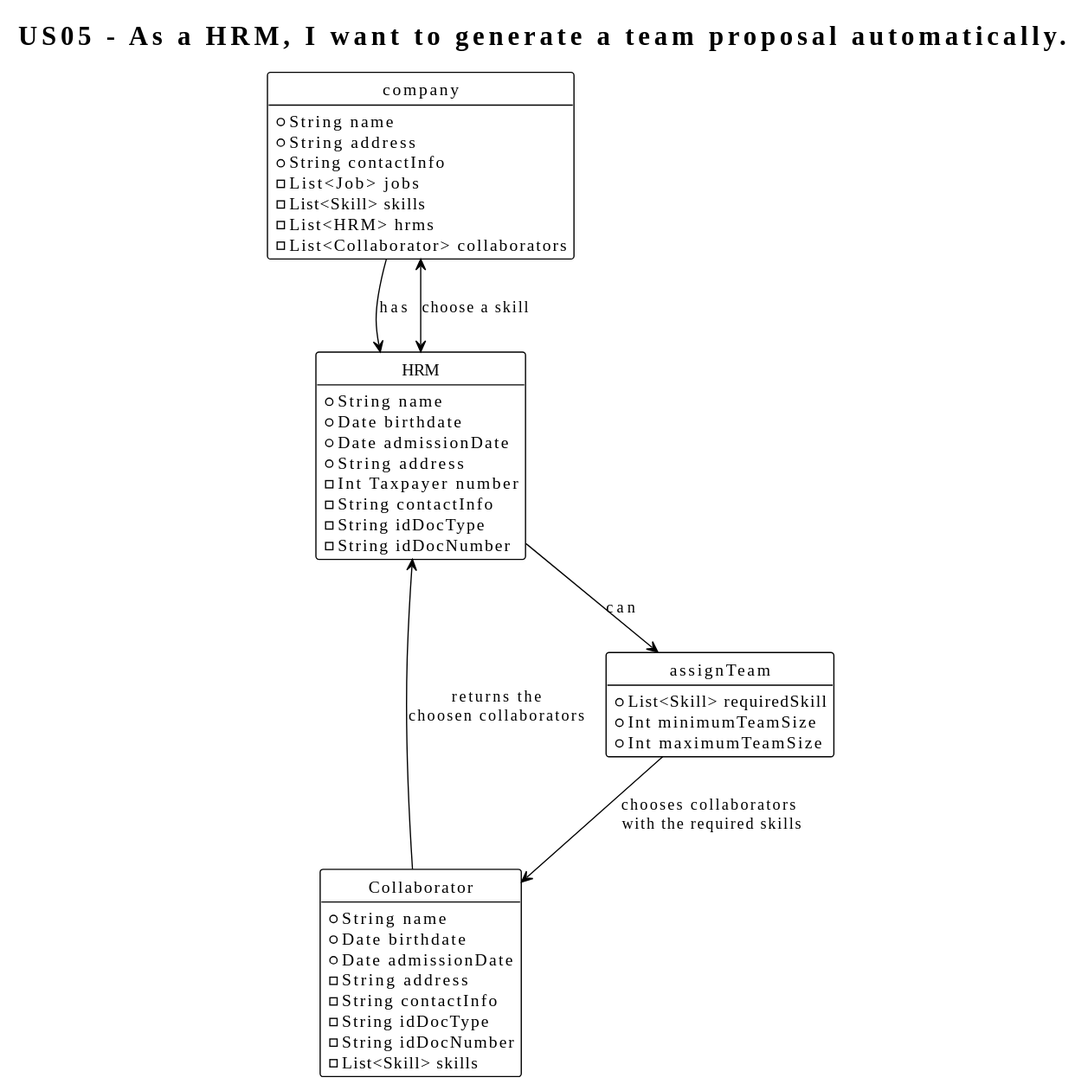
Earlier version of the PlantUML export docs/sprintA/us005/02.analysis/svg/005-domain-model.svg (RicardoMorim/lapr2-ISEP-Project). Its diagram source:
```plantuml
@startuml
!theme plain
title US05 -  As a HRM, I want to generate a team proposal automatically.


hide methods
hide circle

class company{
    +String name
    +String address
    +String contactInfo
    -List<Job> jobs
    -List<Skill> skills
    -List<HRM> hrms
    -List<Collaborator> collaborators
}

class Collaborator {
    +String name
    +Date birthdate
    +Date admissionDate
    -String address
    -String contactInfo
    -String idDocType
    -String idDocNumber
    -List<Skill> skills
}



class HRM {
    +String name
    +Date birthdate
    +Date admissionDate
    +String address
    -Int Taxpayer number
    -String contactInfo
    -String idDocType
    -String idDocNumber
}

class assignTeam{
    +List<Skill> requiredSkill
    +Int minimumTeamSize
    +Int maximumTeamSize
}


company --> HRM : has


HRM --> assignTeam : can


HRM <--> company : choose a skill


assignTeam --> Collaborator : chooses collaborators\n with the required skills

Collaborator --> HRM : returns the\nchoosen collaborators
@enduml
```
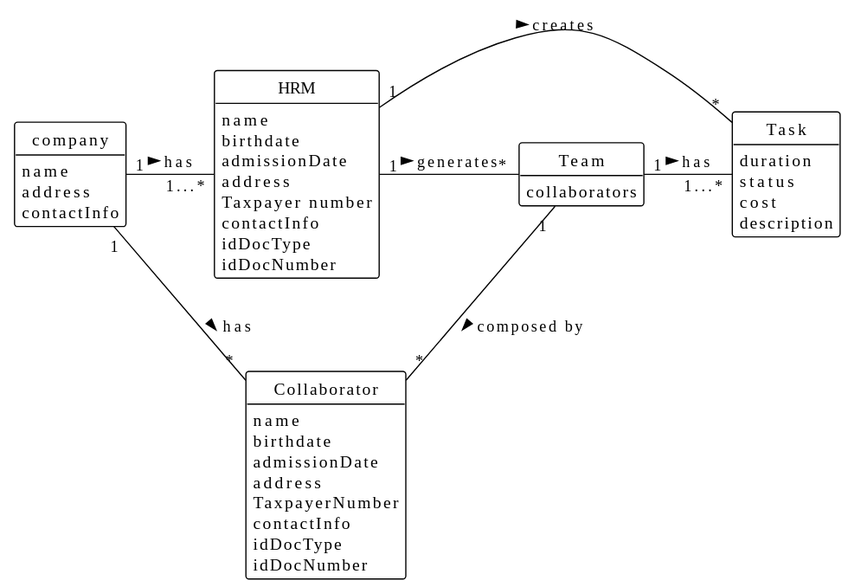
Later version of the same file.

Change to the diagram source:
```diff
@@ -1,62 +1,54 @@
 @startuml
 !theme plain
-title US05 -  As a HRM, I want to generate a team proposal automatically.
 
 
 hide methods
 hide circle
 
 class company{
-    +String name
-    +String address
-    +String contactInfo
-    -List<Job> jobs
-    -List<Skill> skills
-    -List<HRM> hrms
-    -List<Collaborator> collaborators
+     name
+     address
+     contactInfo
+
 }
 
 class Collaborator {
-    +String name
-    +Date birthdate
-    +Date admissionDate
-    -String address
-    -String contactInfo
-    -String idDocType
-    -String idDocNumber
-    -List<Skill> skills
+     name
+     birthdate
+     admissionDate
+     address
+     TaxpayerNumber
+     contactInfo
+     idDocType
+     idDocNumber
 }
 
-
+class Team{
+    collaborators
+}
 
 class HRM {
-    +String name
-    +Date birthdate
-    +Date admissionDate
-    +String address
-    -Int Taxpayer number
-    -String contactInfo
-    -String idDocType
-    -String idDocNumber
+    name
+    birthdate
+    admissionDate
+    address
+    Taxpayer number
+    contactInfo
+    idDocType
+    idDocNumber
 }
 
-class assignTeam{
-    +List<Skill> requiredSkill
-    +Int minimumTeamSize
-    +Int maximumTeamSize
+class Task {
+    duration
+    status
+    cost
+    description
 }
 
-
-company --> HRM : has
-
-
-HRM --> assignTeam : can
-
-
-HRM <--> company : choose a skill
-
-
-assignTeam --> Collaborator : chooses collaborators\n with the required skills
-
-Collaborator --> HRM : returns the\nchoosen collaborators
+company "1" - "1...*" HRM : has >
+company "1" -- "*" Collaborator : has >
+HRM "1" - "*" Team : generates >
+Team "1" - "*" Collaborator : composed by >
+Team "1" - "1...*" Task : has >
+HRM "1" - "*" Task : creates  >
 @enduml
```
